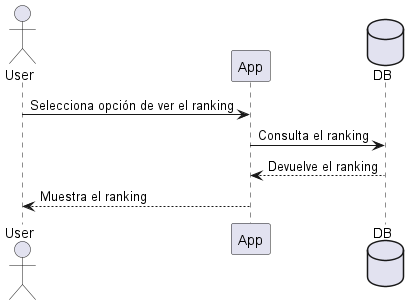
Arquisoft/wiq_es6b keeps this PlantUML diagram as images/Ranking.png. Above is the earlier version. Source of this version:
```plantuml
@startuml
actor User
participant App
database DB

User -> App: Selecciona opción de ver el ranking
App -> DB: Consulta el ranking
App <-- DB: Devuelve el ranking
User <-- App: Muestra el ranking
@enduml
```
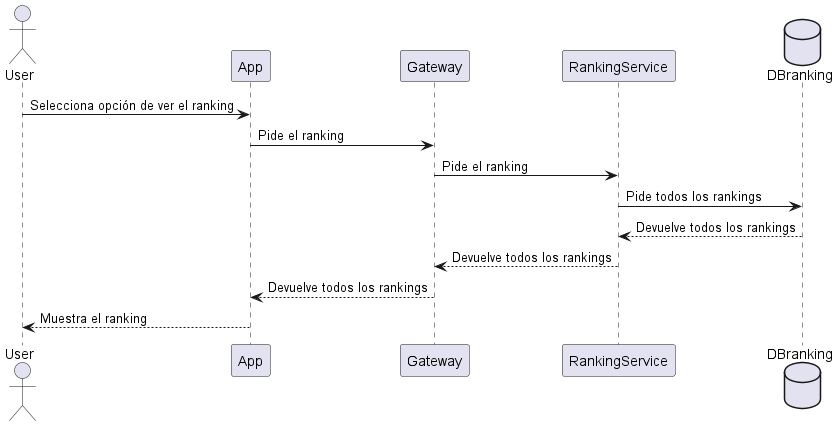
After the commit.

What changed in the source:
```diff
@@ -1,10 +1,16 @@
 @startuml
 actor User
 participant App
-database DB
+participant Gateway
+participant RankingService
+database DBranking
 
 User -> App: Selecciona opción de ver el ranking
-App -> DB: Consulta el ranking
-App <-- DB: Devuelve el ranking
+App -> Gateway: Pide el ranking
+Gateway -> RankingService: Pide el ranking
+RankingService-> DBranking: Pide todos los rankings
+RankingService<-- DBranking: Devuelve todos los rankings
+Gateway <-- RankingService: Devuelve todos los rankings
+App <-- Gateway: Devuelve todos los rankings
 User <-- App: Muestra el ranking
 @enduml
```
